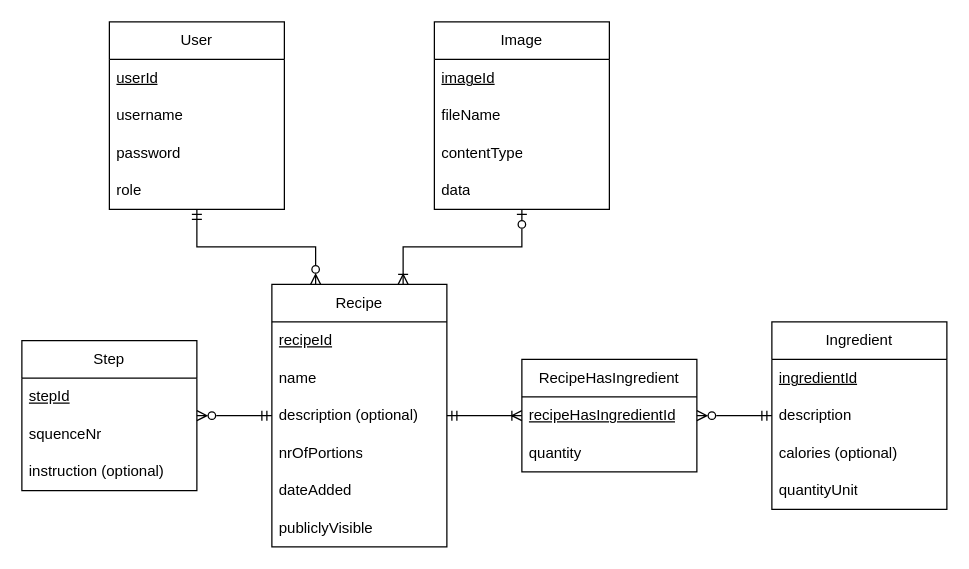
Above: Design/ERD.drawio in C17-MIW-NN/P1-GoudVinkje (draw.io), before the change. Source tidied: cells renumbered, new cells numbered last; positions are measured from the earlier drawing's top-left corner, leaving out a move shared by most shapes. Both pictures are drawn from the tidied source at 125%, with x=0, y=0 at pixel (21, 21).
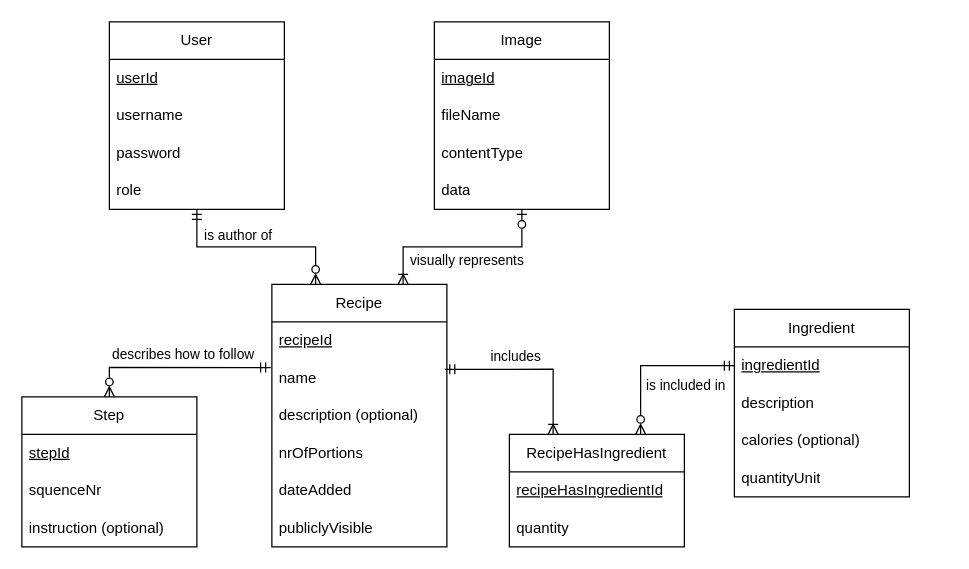
The same page after the edit.

Commit message (it also covers changes not shown here):
Expanded recipe name validation tests, includes violation message and property

Unchanged cells that the change refers to:
```xml
<mxCell id="3" value="ingredientId" style="text;strokeColor=none;fillColor=none;align=left;verticalAlign=middle;spacingLeft=4;spacingRight=4;overflow=hidden;points=[[0,0.5],[1,0.5]];portConstraint=eastwest;whiteSpace=wrap;html=1;fontStyle=4;" parent="2" vertex="1">
  <mxGeometry y="30" width="140" height="30" as="geometry" />
</mxCell>
<mxCell id="4" value="description" style="text;strokeColor=none;fillColor=none;align=left;verticalAlign=middle;spacingLeft=4;spacingRight=4;overflow=hidden;points=[[0,0.5],[1,0.5]];portConstraint=eastwest;whiteSpace=wrap;html=1;" parent="2" vertex="1">
  <mxGeometry y="60" width="140" height="30" as="geometry" />
</mxCell>
<mxCell id="19" style="edgeStyle=orthogonalEdgeStyle;rounded=0;jettySize=auto;html=1;entryX=0.25;entryY=0;entryDx=0;entryDy=0;startArrow=ERmandOne;startFill=0;endArrow=ERzeroToMany;endFill=0;" parent="1" edge="1" source="20" target="26">
  <mxGeometry relative="1" as="geometry" />
</mxCell>
<mxCell id="25" style="edgeStyle=orthogonalEdgeStyle;rounded=0;jettySize=auto;html=1;exitX=0.75;exitY=0;exitDx=0;exitDy=0;startArrow=ERoneToMany;startFill=0;endArrow=ERzeroToOne;endFill=0;" parent="1" edge="1" source="26" target="14">
  <mxGeometry relative="1" as="geometry" />
</mxCell>
<mxCell id="28" value="name" style="text;strokeColor=none;fillColor=none;align=left;verticalAlign=middle;spacingLeft=4;spacingRight=4;overflow=hidden;points=[[0,0.5],[1,0.5]];portConstraint=eastwest;whiteSpace=wrap;html=1;" parent="26" vertex="1">
  <mxGeometry y="60" width="140" height="30" as="geometry" />
</mxCell>
<mxCell id="29" value="description (optional)" style="text;strokeColor=none;fillColor=none;align=left;verticalAlign=middle;spacingLeft=4;spacingRight=4;overflow=hidden;points=[[0,0.5],[1,0.5]];portConstraint=eastwest;whiteSpace=wrap;html=1;" parent="26" vertex="1">
  <mxGeometry y="90" width="140" height="30" as="geometry" />
</mxCell>
```

What changed in the source:
```diff
@@
     <mxCell id="2" value="Ingredient" style="swimlane;fontStyle=0;horizontal=1;startSize=30;whiteSpace=wrap;html=1;" parent="1" vertex="1">
-      <mxGeometry x="600" y="240" width="140" height="150" as="geometry" />
+      <mxGeometry x="570" y="230" width="140" height="150" as="geometry" />
     </mxCell>
@@
     <mxCell id="7" value="RecipeHasIngredient" style="swimlane;fontStyle=0;horizontal=1;startSize=30;whiteSpace=wrap;html=1;" parent="1" vertex="1">
-      <mxGeometry x="400" y="270" width="140" height="90" as="geometry" />
+      <mxGeometry x="390" y="330" width="140" height="90" as="geometry" />
     </mxCell>
@@
     <mxCell id="10" value="Step" style="swimlane;fontStyle=0;horizontal=1;startSize=30;whiteSpace=wrap;html=1;" parent="1" vertex="1">
-      <mxGeometry y="255" width="140" height="120" as="geometry" />
+      <mxGeometry y="300" width="140" height="120" as="geometry" />
     </mxCell>
@@
+    <mxCell id="36" value="is author of" style="edgeLabel;html=1;align=center;verticalAlign=middle;" parent="19" vertex="1">
+      <mxGeometry x="0.01" y="-3" relative="1" as="geometry">
+        <mxPoint x="-16" y="-13" as="offset" />
+      </mxGeometry>
+    </mxCell>
@@
+    <mxCell id="37" value="visually represents" style="edgeLabel;html=1;align=center;verticalAlign=middle;" parent="25" vertex="1">
+      <mxGeometry x="0.29" y="-1" relative="1" as="geometry">
+        <mxPoint x="-20" y="9" as="offset" />
+      </mxGeometry>
+    </mxCell>
@@
-    <mxCell id="33" style="edgeStyle=orthogonalEdgeStyle;rounded=0;jettySize=auto;html=1;endArrow=ERzeroToMany;endFill=0;startArrow=ERmandOne;startFill=0;" parent="1" edge="1" source="29" target="10">
+    <mxCell id="33" style="edgeStyle=orthogonalEdgeStyle;rounded=0;jettySize=auto;html=1;endArrow=ERzeroToMany;endFill=0;startArrow=ERmandOne;startFill=0;entryX=0.5;entryY=0;entryDx=0;entryDy=0;exitX=-0.007;exitY=0.218;exitDx=0;exitDy=0;exitPerimeter=0;" parent="1" edge="1" source="28" target="10">
       <mxGeometry relative="1" as="geometry" />
     </mxCell>
+    <mxCell id="38" value="describes how to follow" style="edgeLabel;html=1;align=center;verticalAlign=middle;" parent="33" vertex="1">
+      <mxGeometry x="-0.14" y="1" relative="1" as="geometry">
+        <mxPoint x="-5" y="-12" as="offset" />
+      </mxGeometry>
+    </mxCell>
-    <mxCell id="34" style="edgeStyle=orthogonalEdgeStyle;rounded=0;jettySize=auto;html=1;startArrow=ERmandOne;startFill=0;endArrow=ERoneToMany;endFill=0;" parent="1" edge="1" source="29" target="7">
+    <mxCell id="34" style="edgeStyle=orthogonalEdgeStyle;rounded=0;jettySize=auto;html=1;startArrow=ERmandOne;startFill=0;endArrow=ERoneToMany;endFill=0;entryX=0.25;entryY=0;entryDx=0;entryDy=0;exitX=0.988;exitY=0.264;exitDx=0;exitDy=0;exitPerimeter=0;" parent="1" edge="1" source="28" target="7">
       <mxGeometry relative="1" as="geometry" />
     </mxCell>
+    <mxCell id="39" value="includes" style="edgeLabel;html=1;align=center;verticalAlign=middle;" parent="34" vertex="1">
+      <mxGeometry x="-0.25" y="-1" relative="1" as="geometry">
+        <mxPoint x="4" y="-11" as="offset" />
+      </mxGeometry>
+    </mxCell>
-    <mxCell id="35" style="edgeStyle=orthogonalEdgeStyle;rounded=0;jettySize=auto;html=1;startArrow=ERmandOne;startFill=0;endArrow=ERzeroToMany;endFill=0;" parent="1" edge="1" source="4" target="7">
+    <mxCell id="35" style="edgeStyle=orthogonalEdgeStyle;rounded=0;jettySize=auto;html=1;startArrow=ERmandOne;startFill=0;endArrow=ERzeroToMany;endFill=0;entryX=0.75;entryY=0;entryDx=0;entryDy=0;exitX=0;exitY=0.5;exitDx=0;exitDy=0;" parent="1" edge="1" source="3" target="7">
       <mxGeometry relative="1" as="geometry" />
     </mxCell>
+    <mxCell id="40" value="is included in" style="edgeLabel;html=1;align=center;verticalAlign=middle;" parent="1" vertex="1">
+      <mxGeometry x="530" y="290" as="geometry" />
+    </mxCell>
```
